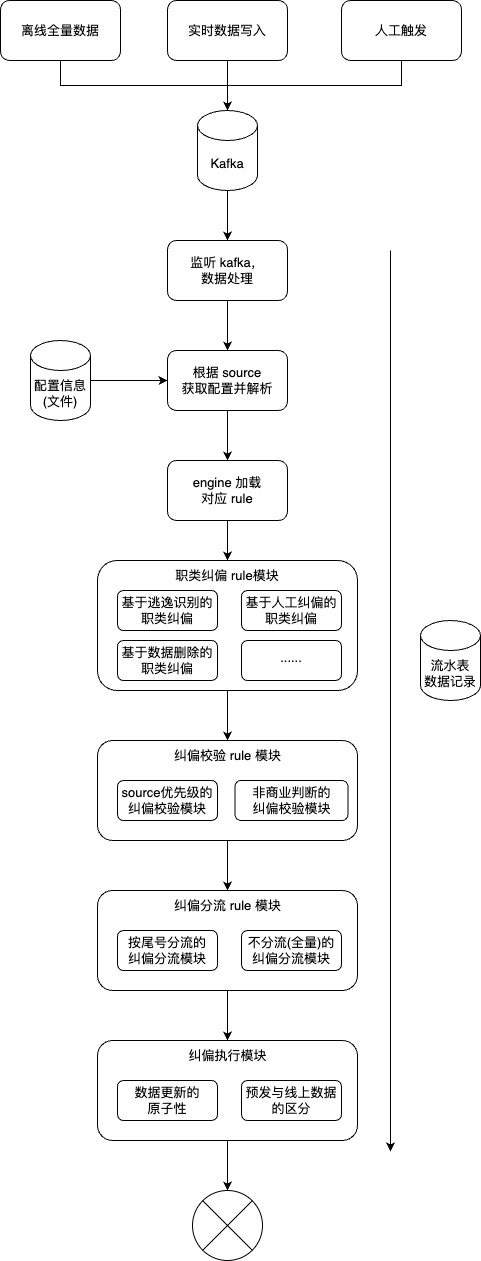
liujunao/draw-data keeps this draw.io diagram as work-draw-file/职类纠偏之开发结果汇报.png. Above is the earlier version. Source tidied: cells renumbered, new cells last; positions are measured from the earlier drawing's top-left corner, leaving out a move shared by most shapes.
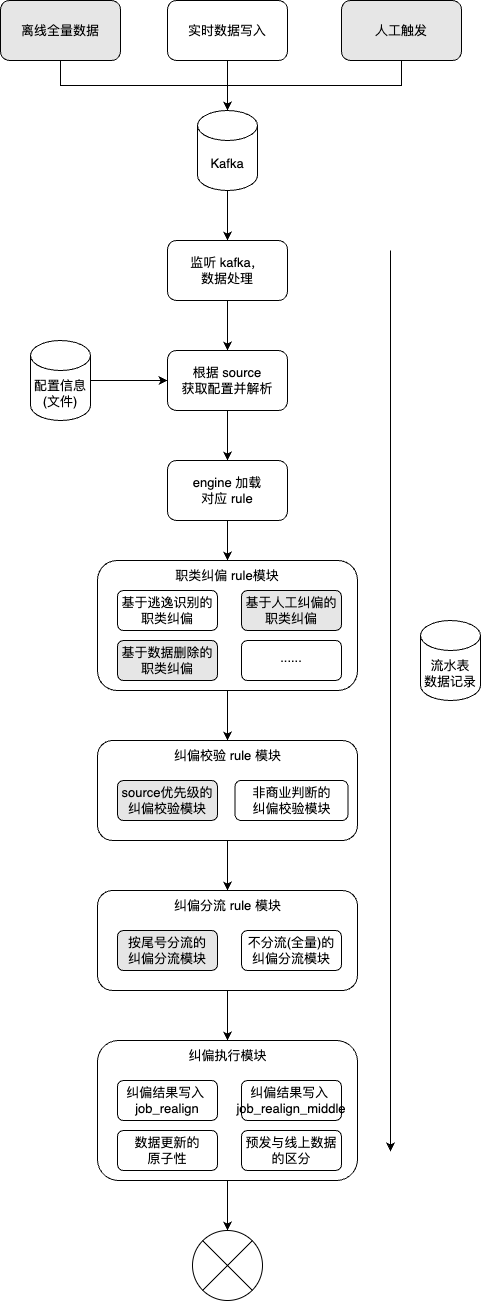
After the commit.

Commit message:
更新职类纠偏之开发结果汇报.png

Change to the diagram source:
```diff
@@ -6,7 +6,7 @@
       <mxGeometry relative="1" as="geometry" />
     </mxCell>
     <mxCell id="3" style="rounded=1;whiteSpace=wrap;html=1;" parent="1" vertex="1">
-      <mxGeometry x="97" y="1040" width="260" height="100" as="geometry" />
+      <mxGeometry x="97" y="1040" width="260" height="140" as="geometry" />
     </mxCell>
     <mxCell id="4" style="edgeStyle=orthogonalEdgeStyle;rounded=0;jettySize=auto;html=1;exitX=0.5;exitY=1;exitDx=0;exitDy=0;entryX=0.5;entryY=0;entryDx=0;entryDy=0;" parent="1" edge="1" source="5" target="3">
       <mxGeometry relative="1" as="geometry" />
@@ -35,7 +35,7 @@
     <mxCell id="12" style="edgeStyle=orthogonalEdgeStyle;rounded=0;jettySize=auto;html=1;exitX=0.5;exitY=1;exitDx=0;exitDy=0;entryX=0.5;entryY=0;entryDx=0;entryDy=0;entryPerimeter=0;" parent="1" edge="1" source="13" target="15">
       <mxGeometry relative="1" as="geometry" />
     </mxCell>
-    <mxCell id="13" value="离线全量数据" style="rounded=1;whiteSpace=wrap;html=1;" parent="1" vertex="1">
+    <mxCell id="13" value="离线全量数据" style="rounded=1;whiteSpace=wrap;html=1;fillColor=#E6E6E6;" parent="1" vertex="1">
       <mxGeometry width="120" height="60" as="geometry" />
     </mxCell>
     <mxCell id="14" style="edgeStyle=orthogonalEdgeStyle;rounded=0;jettySize=auto;html=1;exitX=0.5;exitY=1;exitDx=0;exitDy=0;exitPerimeter=0;" parent="1" edge="1" source="15" target="17">
@@ -71,10 +71,10 @@
     <mxCell id="24" value="基于逃逸识别的&lt;br&gt;职类纠偏" style="rounded=1;whiteSpace=wrap;html=1;" parent="1" vertex="1">
       <mxGeometry x="117" y="590" width="100" height="40" as="geometry" />
     </mxCell>
-    <mxCell id="25" value="基于人工纠偏的&lt;br&gt;职类纠偏" style="rounded=1;whiteSpace=wrap;html=1;" parent="1" vertex="1">
+    <mxCell id="25" value="基于人工纠偏的&lt;br&gt;职类纠偏" style="rounded=1;whiteSpace=wrap;html=1;fillColor=#E6E6E6;" parent="1" vertex="1">
       <mxGeometry x="241" y="590" width="100" height="40" as="geometry" />
     </mxCell>
-    <mxCell id="26" value="基于数据删除的&lt;br&gt;职类纠偏" style="rounded=1;whiteSpace=wrap;html=1;" parent="1" vertex="1">
+    <mxCell id="26" value="基于数据删除的&lt;br&gt;职类纠偏" style="rounded=1;whiteSpace=wrap;html=1;fillColor=#E6E6E6;" parent="1" vertex="1">
       <mxGeometry x="117" y="640" width="100" height="40" as="geometry" />
     </mxCell>
     <mxCell id="27" value="&lt;sup&gt;......&lt;/sup&gt;" style="rounded=1;whiteSpace=wrap;html=1;" parent="1" vertex="1">
@@ -86,13 +86,13 @@
     <mxCell id="29" value="非商业判断的&lt;br&gt;纠偏校验模块" style="rounded=1;whiteSpace=wrap;html=1;" parent="1" vertex="1">
       <mxGeometry x="234.5" y="780" width="113" height="40" as="geometry" />
     </mxCell>
-    <mxCell id="30" value="source优先级的&lt;br style=&quot;border-color: var(--border-color);&quot;&gt;纠偏校验模块" style="rounded=1;whiteSpace=wrap;html=1;" parent="1" vertex="1">
+    <mxCell id="30" value="source优先级的&lt;br style=&quot;border-color: var(--border-color);&quot;&gt;纠偏校验模块" style="rounded=1;whiteSpace=wrap;html=1;fillColor=#E6E6E6;" parent="1" vertex="1">
       <mxGeometry x="117" y="780" width="100" height="40" as="geometry" />
     </mxCell>
     <mxCell id="31" value="纠偏校验 rule 模块" style="text;html=1;strokeColor=none;fillColor=none;align=center;verticalAlign=middle;whiteSpace=wrap;rounded=0;" parent="1" vertex="1">
       <mxGeometry x="165.5" y="740" width="123" height="30" as="geometry" />
     </mxCell>
-    <mxCell id="32" value="按尾号分流的&lt;br&gt;纠偏分流模块" style="rounded=1;whiteSpace=wrap;html=1;" parent="1" vertex="1">
+    <mxCell id="32" value="按尾号分流的&lt;br&gt;纠偏分流模块" style="rounded=1;whiteSpace=wrap;html=1;fillColor=#E6E6E6;" parent="1" vertex="1">
       <mxGeometry x="117" y="930" width="100" height="40" as="geometry" />
     </mxCell>
     <mxCell id="33" value="不分流(全量)的&lt;br&gt;纠偏分流模块" style="rounded=1;whiteSpace=wrap;html=1;" parent="1" vertex="1">
@@ -102,16 +102,16 @@
       <mxGeometry x="170.5" y="890" width="113" height="30" as="geometry" />
     </mxCell>
     <mxCell id="35" value="数据更新的&lt;br&gt;原子性" style="rounded=1;whiteSpace=wrap;html=1;" parent="1" vertex="1">
-      <mxGeometry x="117" y="1080" width="100" height="40" as="geometry" />
+      <mxGeometry x="117" y="1130" width="100" height="40" as="geometry" />
     </mxCell>
     <mxCell id="36" value="预发与线上数据的区分" style="rounded=1;whiteSpace=wrap;html=1;" parent="1" vertex="1">
-      <mxGeometry x="241" y="1080" width="100" height="40" as="geometry" />
+      <mxGeometry x="241" y="1130" width="100" height="40" as="geometry" />
     </mxCell>
     <mxCell id="37" value="纠偏执行模块" style="text;html=1;strokeColor=none;fillColor=none;align=center;verticalAlign=middle;whiteSpace=wrap;rounded=0;" parent="1" vertex="1">
       <mxGeometry x="180.5" y="1040" width="93" height="30" as="geometry" />
     </mxCell>
     <mxCell id="38" style="verticalLabelPosition=bottom;verticalAlign=top;html=1;shape=mxgraph.flowchart.or;" parent="1" vertex="1">
-      <mxGeometry x="192" y="1190" width="70" height="70" as="geometry" />
+      <mxGeometry x="192" y="1230" width="70" height="70" as="geometry" />
     </mxCell>
     <mxCell id="39" style="endArrow=classic;html=1;rounded=0;" parent="1" edge="1">
       <mxGeometry relative="1" as="geometry">
@@ -125,8 +125,14 @@
     <mxCell id="41" style="edgeStyle=orthogonalEdgeStyle;rounded=0;jettySize=auto;html=1;exitX=0.5;exitY=1;exitDx=0;exitDy=0;entryX=0.5;entryY=0;entryDx=0;entryDy=0;entryPerimeter=0;" parent="1" edge="1" source="42" target="15">
       <mxGeometry relative="1" as="geometry" />
     </mxCell>
-    <mxCell id="42" value="人工触发" style="rounded=1;whiteSpace=wrap;html=1;" parent="1" vertex="1">
+    <mxCell id="42" value="人工触发" style="rounded=1;whiteSpace=wrap;html=1;fillColor=#E6E6E6;" parent="1" vertex="1">
       <mxGeometry x="341" width="120" height="60" as="geometry" />
     </mxCell>
+    <mxCell id="43" value="纠偏结果写入&amp;nbsp;&lt;br&gt;&lt;span style=&quot;background-color: initial;&quot;&gt;job_realign&lt;/span&gt;" style="rounded=1;whiteSpace=wrap;html=1;" parent="1" vertex="1">
+      <mxGeometry x="117" y="1080" width="100" height="40" as="geometry" />
+    </mxCell>
+    <mxCell id="44" value="纠偏结果写入&amp;nbsp;&lt;br&gt;&lt;span style=&quot;background-color: initial;&quot;&gt;job_realign_middle&lt;/span&gt;" style="rounded=1;whiteSpace=wrap;html=1;" parent="1" vertex="1">
+      <mxGeometry x="241" y="1080" width="100" height="40" as="geometry" />
+    </mxCell>
   </root>
 </mxGraphModel>
```
